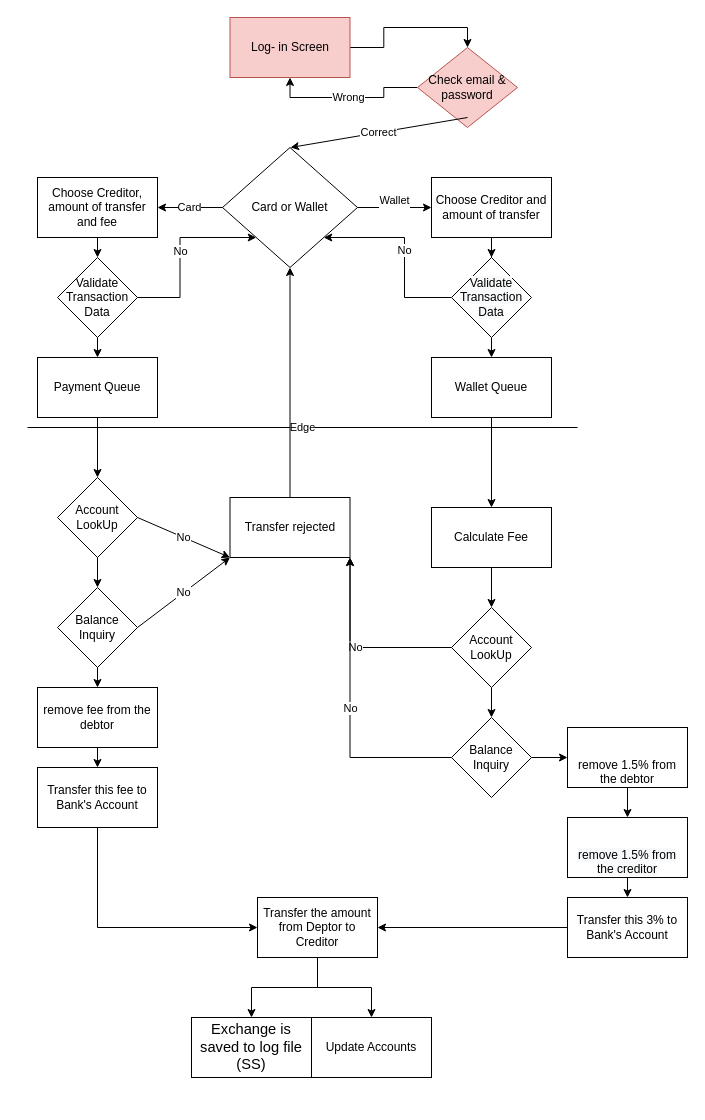
Before: page "Payment & Wallet" (2 of 2) of Untitled Diagram.drawio in Alexander92j/Fintech-PF7-Team5, a draw.io diagram. Source tidied: cells renumbered, new cells numbered last; positions are measured from the earlier drawing's top-left corner, leaving out a move shared by most shapes. Both pictures are drawn from the tidied source at 100%, with x=0, y=0 at pixel (27, 17).
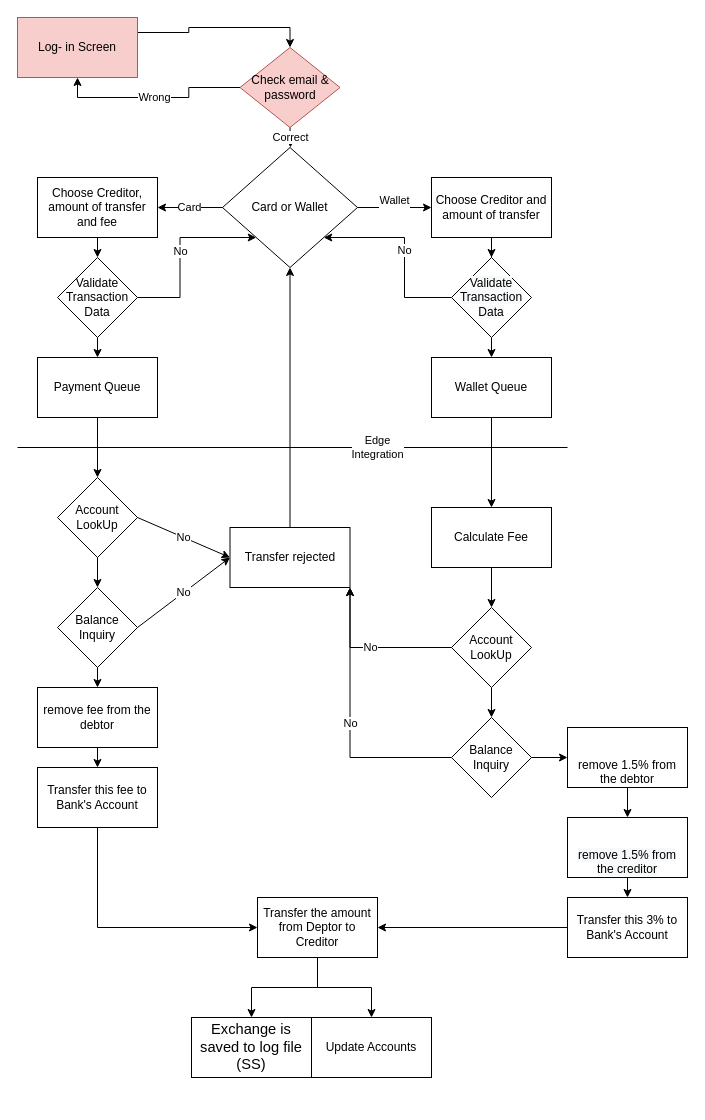
The same page after the edit.

The change refers to these unchanged cells:
```xml
<mxCell id="39" value="Account LookUp" style="rhombus;whiteSpace=wrap;html=1;" parent="1" vertex="1">
  <mxGeometry x="30" y="460" width="80" height="80" as="geometry" />
</mxCell>
<mxCell id="40" value="Balance Inquiry" style="rhombus;whiteSpace=wrap;html=1;" parent="1" vertex="1">
  <mxGeometry x="30" y="570" width="80" height="80" as="geometry" />
</mxCell>
```

Change to the diagram source:
```diff
@@
     <mxCell id="13" value="Check email &amp;amp; password" style="rhombus;whiteSpace=wrap;html=1;fillColor=#f8cecc;strokeColor=#b85450;" parent="1" vertex="1">
-      <mxGeometry x="390" y="30" width="100" height="80" as="geometry" />
+      <mxGeometry x="212.5" y="30" width="100" height="80" as="geometry" />
     </mxCell>
-    <mxCell id="14" style="edgeStyle=orthogonalEdgeStyle;rounded=0;jettySize=auto;html=1;exitX=1;exitY=0.5;exitDx=0;exitDy=0;entryX=0.5;entryY=0;entryDx=0;entryDy=0;" parent="1" edge="1" source="15" target="13">
+    <mxCell id="14" style="edgeStyle=orthogonalEdgeStyle;rounded=0;jettySize=auto;html=1;exitX=1;exitY=0.25;exitDx=0;exitDy=0;entryX=0.5;entryY=0;entryDx=0;entryDy=0;" parent="1" edge="1" source="15" target="13">
       <mxGeometry relative="1" as="geometry" />
     </mxCell>
     <mxCell id="15" value="Log- in Screen" style="rounded=0;whiteSpace=wrap;html=1;fillColor=#f8cecc;strokeColor=#b85450;" parent="1" vertex="1">
-      <mxGeometry x="202.5" width="120" height="60" as="geometry" />
+      <mxGeometry x="-10" width="120" height="60" as="geometry" />
     </mxCell>
-    <mxCell id="16" value="Correct" style="endArrow=classic;html=1;rounded=0;exitX=0.5;exitY=1;exitDx=0;exitDy=0;" parent="1" edge="1">
+    <mxCell id="16" value="Correct" style="endArrow=classic;html=1;rounded=0;exitX=0.5;exitY=1;exitDx=0;exitDy=0;" parent="1" edge="1" source="13">
       <mxGeometry relative="1" as="geometry">
-        <mxPoint x="440" y="100" as="sourcePoint" />
         <mxPoint x="263" y="130" as="targetPoint" />
       </mxGeometry>
     </mxCell>
@@
-    <mxCell id="21" value="Edge" style="endArrow=none;html=1;rounded=0;" parent="1" edge="1">
-      <mxGeometry relative="1" as="geometry">
-        <mxPoint y="410" as="sourcePoint" />
-        <mxPoint x="550" y="410" as="targetPoint" />
-      </mxGeometry>
-    </mxCell>
@@
     <mxCell id="27" value="Transfer rejected" style="whiteSpace=wrap;html=1;" parent="1" vertex="1">
-      <mxGeometry x="202.5" y="480" width="120" height="60" as="geometry" />
+      <mxGeometry x="202.5" y="510" width="120" height="60" as="geometry" />
     </mxCell>
@@
-    <mxCell id="43" value="No" style="endArrow=classic;html=1;rounded=0;exitX=1;exitY=0.5;exitDx=0;exitDy=0;entryX=0;entryY=1;entryDx=0;entryDy=0;" parent="1" edge="1" source="39" target="27">
+    <mxCell id="43" value="No" style="endArrow=classic;html=1;rounded=0;exitX=1;exitY=0.5;exitDx=0;exitDy=0;entryX=0;entryY=0.5;entryDx=0;entryDy=0;" parent="1" edge="1" source="39" target="27">
       <mxGeometry relative="1" as="geometry" />
     </mxCell>
@@
-    <mxCell id="45" value="No" style="endArrow=classic;html=1;rounded=0;exitX=1;exitY=0.5;exitDx=0;exitDy=0;entryX=0;entryY=1;entryDx=0;entryDy=0;" parent="1" edge="1" source="40" target="27">
+    <mxCell id="45" value="No" style="endArrow=classic;html=1;rounded=0;exitX=1;exitY=0.5;exitDx=0;exitDy=0;entryX=0;entryY=0.5;entryDx=0;entryDy=0;" parent="1" edge="1" source="40" target="27">
       <mxGeometry relative="1" as="geometry" />
     </mxCell>
@@
+    <mxCell id="56" value="Edge&lt;br&gt;Integration" style="endArrow=none;html=1;rounded=0;" parent="1" edge="1">
+      <mxGeometry x="0.31" relative="1" as="geometry">
+        <mxPoint x="-10" y="430" as="sourcePoint" />
+        <mxPoint x="540" y="430" as="targetPoint" />
+      </mxGeometry>
+    </mxCell>
```
